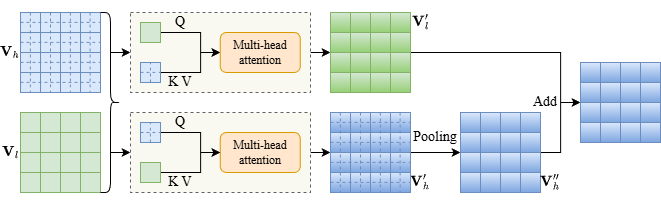
Earlier version of the draw.io export HeTu/attn.png (TuuSiwei/paper_image). Source tidied: cells renumbered, new cells last; positions are measured from the earlier drawing's top-left corner, leaving out a move shared by most shapes.
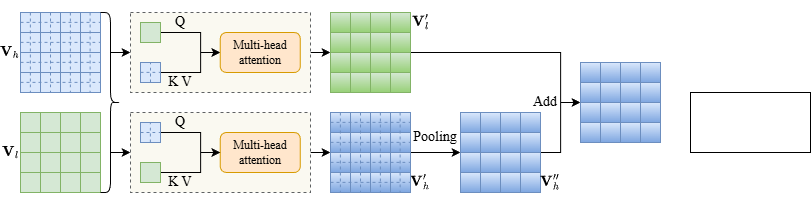
The same diagram one commit later.

The edit, as a diff of the source:
```diff
@@ -546,5 +546,8 @@
     <mxCell id="148" value="&lt;span style=&quot;font-size: 14px;&quot;&gt;Add&lt;/span&gt;" style="rounded=1;whiteSpace=wrap;html=1;fillColor=none;strokeColor=none;fontFamily=Times New Roman;" parent="1" vertex="1">
       <mxGeometry x="530" y="80" width="30" height="20" as="geometry" />
     </mxCell>
+    <mxCell id="149" style="whiteSpace=wrap;html=1;" parent="1" vertex="1">
+      <mxGeometry x="690" y="80" width="120" height="60" as="geometry" />
+    </mxCell>
   </root>
 </mxGraphModel>
```
